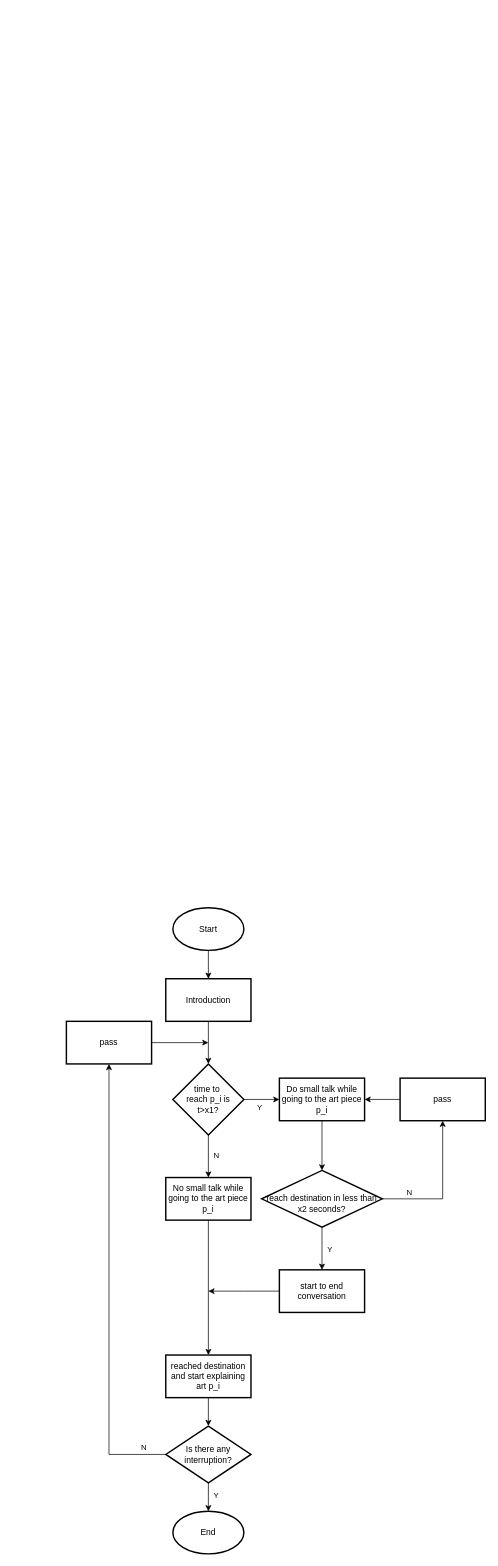
Earlier version of the draw.io diagram doc/FlowchartRST.drawio (1HLYH1/smalltalk_robot). Source tidied: cells renumbered, new cells numbered last; positions are measured from the earlier drawing's top-left corner, leaving out a move shared by most shapes. Both pictures are drawn from the tidied source at 71%, with x=0, y=0 at pixel (66, 907).
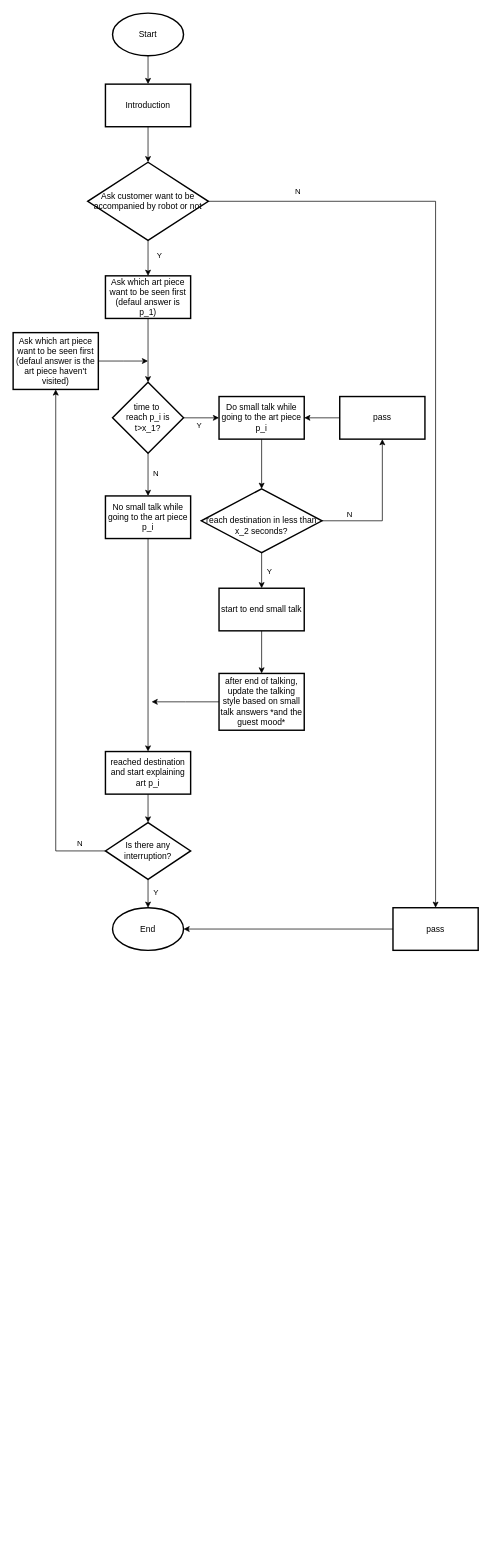
Above is the later version.

Commit message:
Add guest like robot/not, adjust mood, and assumption

What changed in the source:
```diff
@@
     <mxCell id="3" value="Start" style="strokeWidth=2;html=1;shape=mxgraph.flowchart.start_1;whiteSpace=wrap;" parent="1" vertex="1">
-      <mxGeometry x="150" width="100" height="60" as="geometry" />
+      <mxGeometry x="65" y="-1260" width="100" height="60" as="geometry" />
     </mxCell>
@@
-    <mxCell id="8" value="&lt;div&gt;time to&amp;nbsp;&lt;/div&gt;&lt;div&gt;reach p_i is&lt;/div&gt;&lt;div&gt;t&amp;gt;x1?&lt;/div&gt;" style="strokeWidth=2;html=1;shape=mxgraph.flowchart.decision;whiteSpace=wrap;" parent="1" vertex="1">
-      <mxGeometry x="150" y="220" width="100" height="100" as="geometry" />
+    <mxCell id="8" value="&lt;div&gt;time to&amp;nbsp;&lt;/div&gt;&lt;div&gt;reach p_i is&lt;/div&gt;&lt;div&gt;t&amp;gt;x_1?&lt;/div&gt;" style="strokeWidth=2;html=1;shape=mxgraph.flowchart.decision;whiteSpace=wrap;" parent="1" vertex="1">
+      <mxGeometry x="65" y="-740" width="100" height="100" as="geometry" />
     </mxCell>
@@
     <mxCell id="10" value="&lt;div&gt;Do small talk while going to the art piece&lt;/div&gt;p_i" style="whiteSpace=wrap;html=1;strokeWidth=2;" parent="1" vertex="1">
-      <mxGeometry x="300" y="240" width="120" height="60" as="geometry" />
+      <mxGeometry x="215" y="-720" width="120" height="60" as="geometry" />
     </mxCell>
-    <mxCell id="11" style="edgeStyle=orthogonalEdgeStyle;rounded=0;jettySize=auto;html=1;" parent="1" edge="1" source="12" target="8">
-      <mxGeometry relative="1" as="geometry" />
-    </mxCell>
+    <mxCell id="33" style="edgeStyle=orthogonalEdgeStyle;rounded=0;jettySize=auto;html=1;" parent="1" edge="1" source="12" target="43">
+      <mxGeometry relative="1" as="geometry" />
+    </mxCell>
     <mxCell id="12" value="Introduction" style="whiteSpace=wrap;html=1;strokeWidth=2;" parent="1" vertex="1">
-      <mxGeometry x="140" y="100" width="120" height="60" as="geometry" />
+      <mxGeometry x="55" y="-1160" width="120" height="60" as="geometry" />
     </mxCell>
@@
     <mxCell id="14" value="No small talk while going to the art piece p_i" style="whiteSpace=wrap;html=1;strokeWidth=2;" parent="1" vertex="1">
-      <mxGeometry x="140" y="380" width="120" height="60" as="geometry" />
+      <mxGeometry x="55" y="-580" width="120" height="60" as="geometry" />
     </mxCell>
@@
-    <mxCell id="19" value="&lt;div&gt;&lt;br&gt;&lt;/div&gt;&lt;div&gt;reach destination in less than x2 seconds?&lt;/div&gt;" style="rhombus;whiteSpace=wrap;html=1;shapeInside=1;strokeWidth=2;" parent="1" vertex="1">
-      <mxGeometry x="275" y="370" width="170" height="80" as="geometry" />
+    <mxCell id="19" value="&lt;div&gt;&lt;br&gt;&lt;/div&gt;&lt;div&gt;reach destination in less than x_2 seconds?&lt;/div&gt;" style="rhombus;whiteSpace=wrap;html=1;shapeInside=1;strokeWidth=2;" parent="1" vertex="1">
+      <mxGeometry x="190" y="-590" width="170" height="90" as="geometry" />
     </mxCell>
-    <mxCell id="20" style="edgeStyle=orthogonalEdgeStyle;rounded=0;jettySize=auto;html=1;" parent="1" edge="1" source="21">
-      <mxGeometry relative="1" as="geometry">
-        <mxPoint x="200" y="540" as="targetPoint" />
-      </mxGeometry>
-    </mxCell>
+    <mxCell id="34" style="edgeStyle=orthogonalEdgeStyle;rounded=0;jettySize=auto;html=1;" parent="1" edge="1" source="21" target="38">
+      <mxGeometry relative="1" as="geometry" />
+    </mxCell>
-    <mxCell id="21" value="start to end conversation" style="whiteSpace=wrap;html=1;strokeWidth=2;" parent="1" vertex="1">
-      <mxGeometry x="300" y="510" width="120" height="60" as="geometry" />
+    <mxCell id="21" value="start to end small talk" style="whiteSpace=wrap;html=1;strokeWidth=2;" parent="1" vertex="1">
+      <mxGeometry x="215" y="-450" width="120" height="60" as="geometry" />
     </mxCell>
@@
     <mxCell id="23" value="pass" style="whiteSpace=wrap;html=1;strokeWidth=2;" parent="1" vertex="1">
-      <mxGeometry x="470" y="240" width="120" height="60" as="geometry" />
+      <mxGeometry x="385" y="-720" width="120" height="60" as="geometry" />
     </mxCell>
@@
     <mxCell id="25" value="reached destination and start explaining art p_i" style="whiteSpace=wrap;html=1;strokeWidth=2;" parent="1" vertex="1">
-      <mxGeometry x="140" y="630" width="120" height="60" as="geometry" />
+      <mxGeometry x="55" y="-220" width="120" height="60" as="geometry" />
     </mxCell>
@@
     <mxCell id="29" value="Is there any interruption?" style="rhombus;whiteSpace=wrap;html=1;shapeInside=1;strokeWidth=2;" parent="1" vertex="1">
-      <mxGeometry x="140" y="730" width="120" height="80" as="geometry" />
+      <mxGeometry x="55" y="-120" width="120" height="80" as="geometry" />
     </mxCell>
     <mxCell id="30" style="edgeStyle=orthogonalEdgeStyle;rounded=0;jettySize=auto;html=1;" parent="1" edge="1" source="31">
       <mxGeometry relative="1" as="geometry">
-        <mxPoint x="200" y="190" as="targetPoint" />
+        <mxPoint x="115" y="-770" as="targetPoint" />
       </mxGeometry>
     </mxCell>
-    <mxCell id="31" value="pass" style="whiteSpace=wrap;html=1;strokeWidth=2;" parent="1" vertex="1">
-      <mxGeometry y="160" width="120" height="60" as="geometry" />
+    <mxCell id="31" value="&lt;div&gt;Ask which art piece want to be seen first&lt;/div&gt;&lt;div&gt;(defaul answer is the art piece haven't visited)&lt;/div&gt;" style="whiteSpace=wrap;html=1;strokeWidth=2;" parent="1" vertex="1">
+      <mxGeometry x="-75" y="-810" width="120" height="80" as="geometry" />
     </mxCell>
     <mxCell id="32" value="End" style="strokeWidth=2;html=1;shape=mxgraph.flowchart.start_1;whiteSpace=wrap;" parent="1" vertex="1">
-      <mxGeometry x="150" y="850" width="100" height="60" as="geometry" />
+      <mxGeometry x="65" width="100" height="60" as="geometry" />
     </mxCell>
+    <mxCell id="35" style="edgeStyle=orthogonalEdgeStyle;rounded=0;jettySize=auto;html=1;" parent="1" edge="1" source="36" target="8">
+      <mxGeometry relative="1" as="geometry" />
+    </mxCell>
+    <mxCell id="36" value="&lt;div&gt;Ask which art piece want to be seen first&lt;/div&gt;&lt;div&gt;(defaul answer is p_1)&lt;/div&gt;" style="whiteSpace=wrap;html=1;strokeWidth=2;" parent="1" vertex="1">
+      <mxGeometry x="55" y="-890" width="120" height="60" as="geometry" />
+    </mxCell>
+    <mxCell id="37" style="edgeStyle=orthogonalEdgeStyle;rounded=0;jettySize=auto;html=1;" parent="1" edge="1" source="38">
+      <mxGeometry relative="1" as="geometry">
+        <mxPoint x="120" y="-290" as="targetPoint" />
+      </mxGeometry>
+    </mxCell>
+    <mxCell id="38" value="after end of talking, update the talking style based on small talk answers *and the guest mood*" style="whiteSpace=wrap;html=1;strokeWidth=2;" parent="1" vertex="1">
+      <mxGeometry x="215" y="-330" width="120" height="80" as="geometry" />
+    </mxCell>
+    <mxCell id="39" style="edgeStyle=orthogonalEdgeStyle;rounded=0;jettySize=auto;html=1;" parent="1" edge="1" source="43" target="36">
+      <mxGeometry relative="1" as="geometry" />
+    </mxCell>
+    <mxCell id="40" value="Y" style="edgeLabel;html=1;align=center;verticalAlign=middle;" parent="39" vertex="1">
+      <mxGeometry x="-0.22" relative="1" as="geometry">
+        <mxPoint x="15" as="offset" />
+      </mxGeometry>
+    </mxCell>
+    <mxCell id="41" style="edgeStyle=orthogonalEdgeStyle;rounded=0;jettySize=auto;html=1;" parent="1" edge="1" source="43" target="44">
+      <mxGeometry relative="1" as="geometry" />
+    </mxCell>
+    <mxCell id="42" value="N" style="edgeLabel;html=1;align=center;verticalAlign=middle;" parent="41" vertex="1">
+      <mxGeometry x="-0.81" y="1" relative="1" as="geometry">
+        <mxPoint y="-14" as="offset" />
+      </mxGeometry>
+    </mxCell>
+    <mxCell id="43" value="Ask customer want to be accompanied by robot or not" style="rhombus;whiteSpace=wrap;html=1;shapeInside=1;strokeWidth=2;" parent="1" vertex="1">
+      <mxGeometry x="30" y="-1050" width="170" height="110" as="geometry" />
+    </mxCell>
+    <mxCell id="44" value="pass" style="whiteSpace=wrap;html=1;strokeWidth=2;" parent="1" vertex="1">
+      <mxGeometry x="460" width="120" height="60" as="geometry" />
+    </mxCell>
+    <mxCell id="45" style="edgeStyle=orthogonalEdgeStyle;rounded=0;jettySize=auto;html=1;entryX=1;entryY=0.5;entryDx=0;entryDy=0;entryPerimeter=0;" parent="1" edge="1" source="44" target="32">
+      <mxGeometry relative="1" as="geometry" />
+    </mxCell>
```
